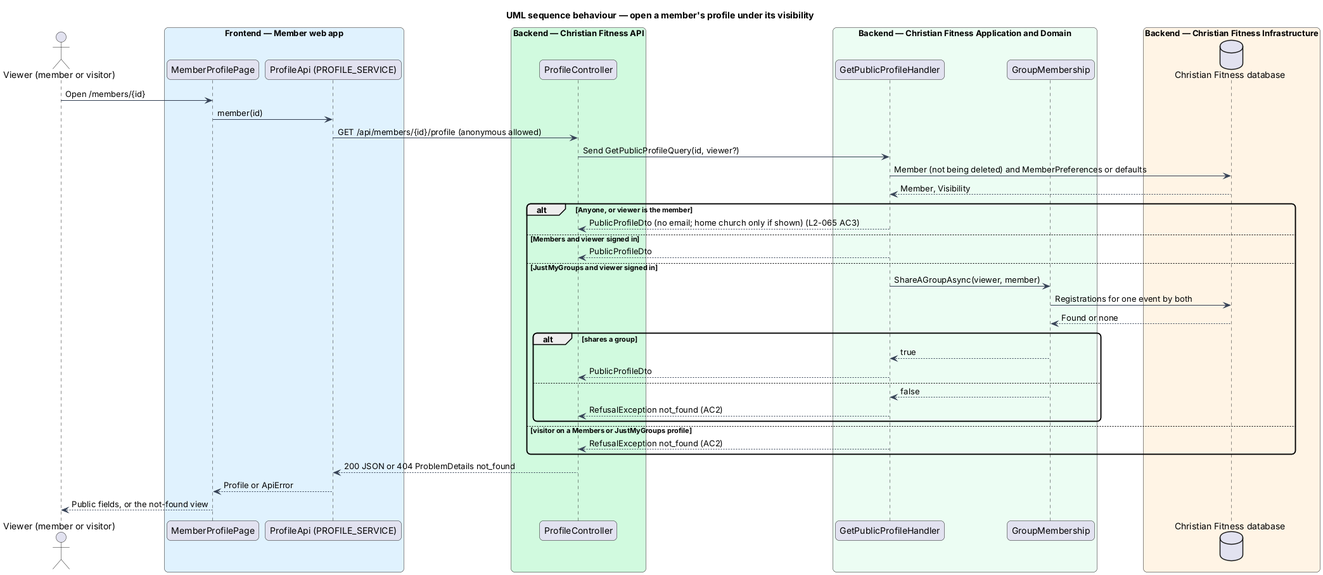
Before: docs/detailed-designs/preferences/set-privacy-and-suggestion-preferences/diagrams/sequence-view-profile.png, a diagram exported from PlantUML (QuinntyneBrown/christian-fitness). Its source is kept beside it as docs/detailed-designs/preferences/set-privacy-and-suggestion-preferences/diagrams/sequence-view-profile.puml. Its diagram source:
```plantuml
@startuml
title UML sequence behaviour — open a member's profile under its visibility
skinparam backgroundColor #FFFFFF
skinparam shadowing false
skinparam roundcorner 12
skinparam defaultFontName Arial
skinparam ArrowColor #344054
actor "Viewer (member or visitor)" as actor
box "Frontend — Member web app" #E0F2FE
  participant "MemberProfilePage" as page
  participant "ProfileApi (PROFILE_SERVICE)" as client
end box
box "Backend — Christian Fitness API" #D1FADF
  participant "ProfileController" as ctrl
end box
box "Backend — Christian Fitness Application and Domain" #ECFDF3
  participant "GetPublicProfileHandler" as h
  participant "GroupMembership" as groups
end box
box "Backend — Christian Fitness Infrastructure" #FFF4E5
  database "Christian Fitness database" as db
end box
actor -> page : Open /members/{id}
page -> client : member(id)
client -> ctrl : GET /api/members/{id}/profile (anonymous allowed)
ctrl -> h : Send GetPublicProfileQuery(id, viewer?)
h -> db : Member (not being deleted) and MemberPreferences or defaults
db --> h : Member, Visibility
alt Anyone, or viewer is the member
  h --> ctrl : PublicProfileDto (no email; home church only if shown) (L2-065 AC3)
else Members and viewer signed in
  h --> ctrl : PublicProfileDto
else JustMyGroups and viewer signed in
  h -> groups : ShareAGroupAsync(viewer, member)
  groups -> db : Registrations for one event by both
  db --> groups : Found or none
  alt shares a group
    groups --> h : true
    h --> ctrl : PublicProfileDto
  else
    groups --> h : false
    h --> ctrl : RefusalException not_found (AC2)
  end
else visitor on a Members or JustMyGroups profile
  h --> ctrl : RefusalException not_found (AC2)
end
ctrl --> client : 200 JSON or 404 ProblemDetails not_found
client --> page : Profile or ApiError
page --> actor : Public fields, or the not-found view
@enduml
```
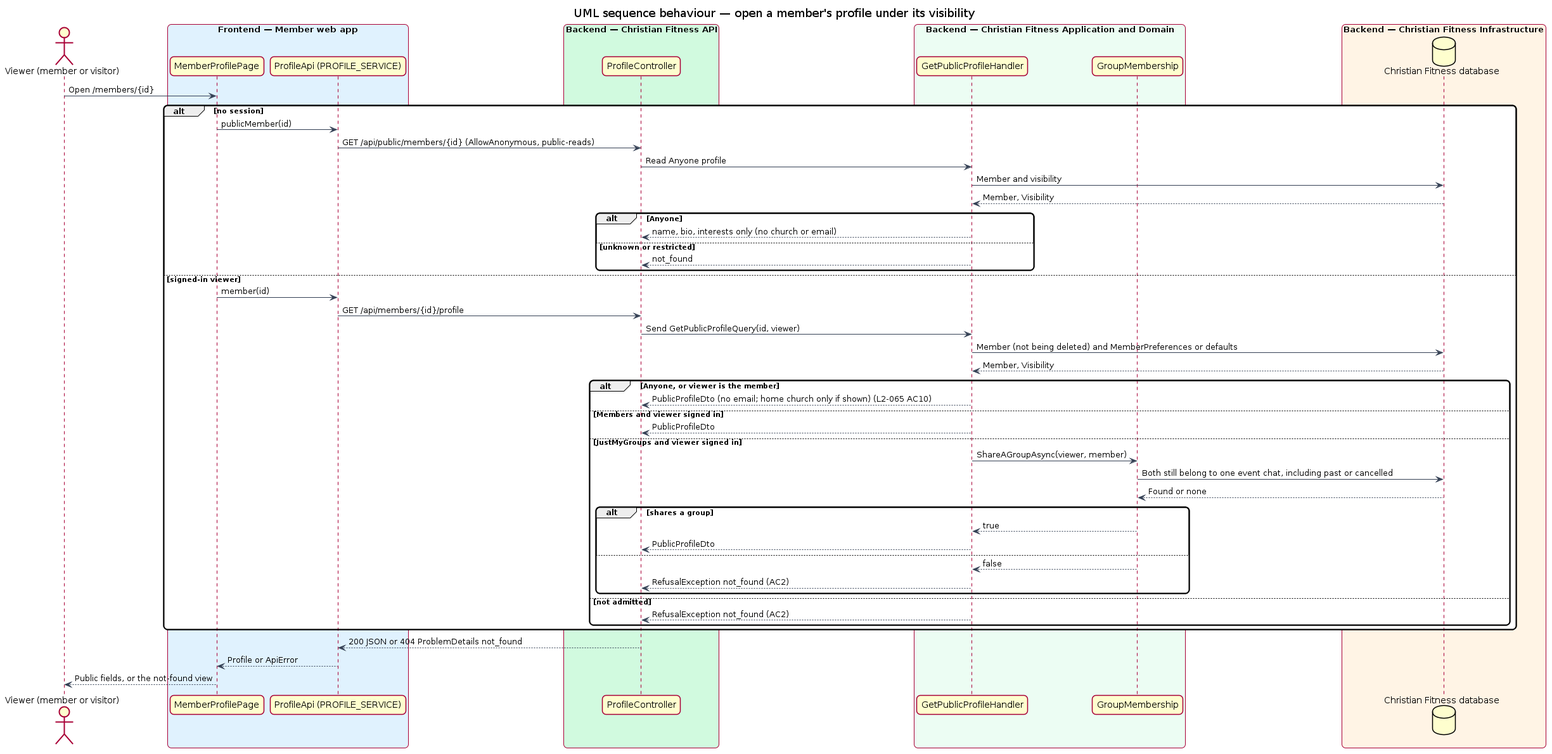
The same diagram one commit later.

Change to the diagram source:
```diff
@@ -21,18 +21,30 @@
   database "Christian Fitness database" as db
 end box
 actor -> page : Open /members/{id}
+alt no session
+  page -> client : publicMember(id)
+  client -> ctrl : GET /api/public/members/{id} (AllowAnonymous, public-reads)
+  ctrl -> h : Read Anyone profile
+  h -> db : Member and visibility
+  db --> h : Member, Visibility
+  alt Anyone
+    h --> ctrl : name, bio, interests only (no church or email)
+  else unknown or restricted
+    h --> ctrl : not_found
+  end
+else signed-in viewer
 page -> client : member(id)
-client -> ctrl : GET /api/members/{id}/profile (anonymous allowed)
-ctrl -> h : Send GetPublicProfileQuery(id, viewer?)
+client -> ctrl : GET /api/members/{id}/profile
+ctrl -> h : Send GetPublicProfileQuery(id, viewer)
 h -> db : Member (not being deleted) and MemberPreferences or defaults
 db --> h : Member, Visibility
 alt Anyone, or viewer is the member
-  h --> ctrl : PublicProfileDto (no email; home church only if shown) (L2-065 AC3)
+  h --> ctrl : PublicProfileDto (no email; home church only if shown) (L2-065 AC10)
 else Members and viewer signed in
   h --> ctrl : PublicProfileDto
 else JustMyGroups and viewer signed in
   h -> groups : ShareAGroupAsync(viewer, member)
-  groups -> db : Registrations for one event by both
+  groups -> db : Both still belong to one event chat, including past or cancelled
   db --> groups : Found or none
   alt shares a group
     groups --> h : true
@@ -41,8 +53,9 @@
     groups --> h : false
     h --> ctrl : RefusalException not_found (AC2)
   end
-else visitor on a Members or JustMyGroups profile
+else not admitted
   h --> ctrl : RefusalException not_found (AC2)
+end
 end
 ctrl --> client : 200 JSON or 404 ProblemDetails not_found
 client --> page : Profile or ApiError
```
